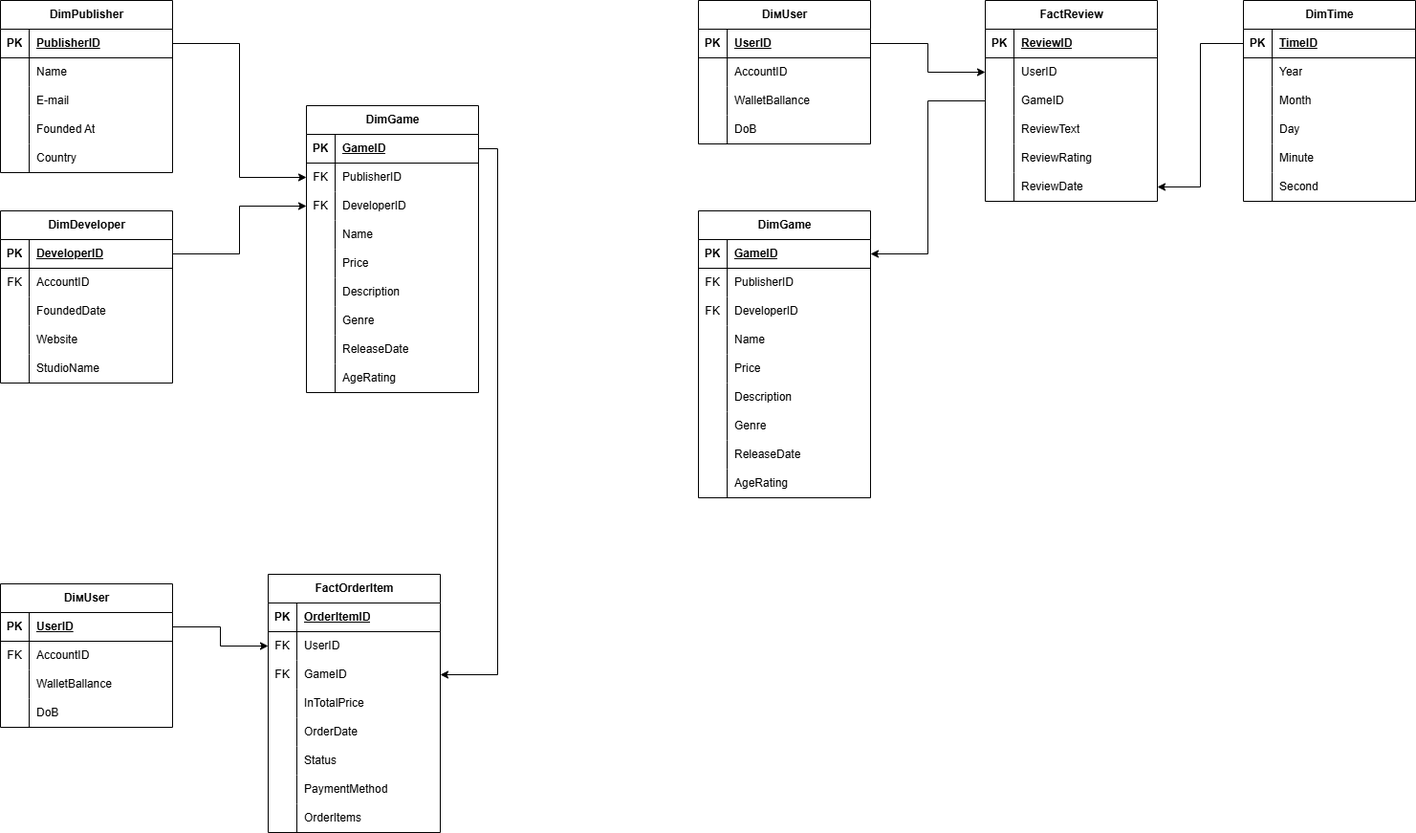
This is course-work/Implementations/DW.drawio.png from software-modeling-and-analysis-se-pt/software-modeling-and-analysis-se-pt, a draw.io export, as it was before one commit. Source tidied: cells renumbered, new cells last; positions are measured from the earlier drawing's top-left corner, leaving out a move shared by most shapes.
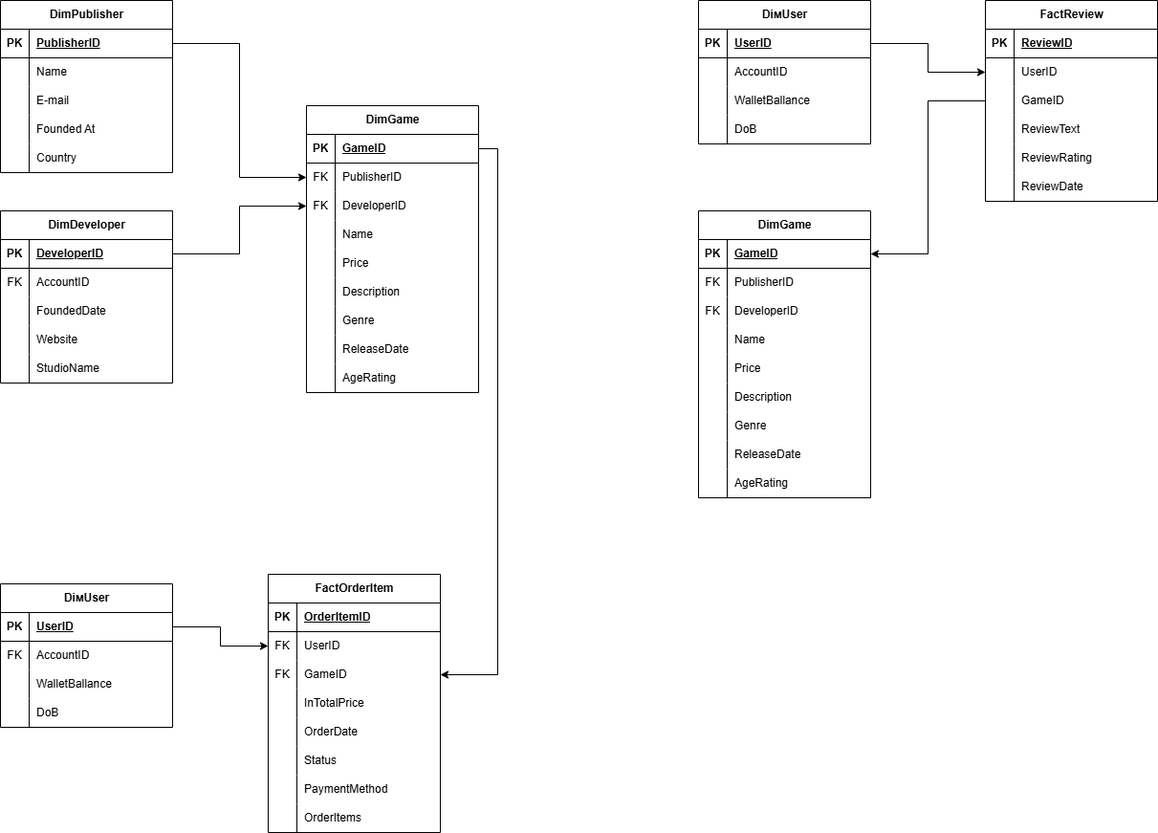
After the change.

Diff of the diagram source:
```diff
@@ -494,65 +494,5 @@
     <mxCell id="165" style="edgeStyle=orthogonalEdgeStyle;rounded=0;jettySize=auto;html=1;exitX=0;exitY=0.5;exitDx=0;exitDy=0;entryX=1;entryY=0.5;entryDx=0;entryDy=0;" parent="1" edge="1" source="124" target="138">
       <mxGeometry relative="1" as="geometry" />
     </mxCell>
-    <mxCell id="166" value="DimTime" style="shape=table;startSize=30;rowLines=0;fontStyle=1;align=center;html=1;" parent="1" vertex="1">
-      <mxGeometry x="1300" width="180" height="210" as="geometry" />
-    </mxCell>
-    <mxCell id="167" style="shape=tableRow;horizontal=0;startSize=0;swimlaneHead=0;swimlaneBody=0;fillColor=none;points=[[0,0.5],[1,0.5]];portConstraint=eastwest;top=0;left=0;right=0;bottom=1;" parent="166" vertex="1">
-      <mxGeometry y="30" width="180" height="30" as="geometry" />
-    </mxCell>
-    <mxCell id="168" value="PK" style="shape=partialRectangle;fillColor=none;top=0;left=0;bottom=0;right=0;fontStyle=1;overflow=hidden;whiteSpace=wrap;html=1;" parent="167" vertex="1">
-      <mxGeometry width="30" height="30" as="geometry" />
-    </mxCell>
-    <mxCell id="169" value="TimeID" style="shape=partialRectangle;fillColor=none;top=0;left=0;bottom=0;right=0;align=left;spacingLeft=6;fontStyle=5;overflow=hidden;whiteSpace=wrap;html=1;" parent="167" vertex="1">
-      <mxGeometry x="30" width="150" height="30" as="geometry" />
-    </mxCell>
-    <mxCell id="170" style="shape=tableRow;horizontal=0;startSize=0;swimlaneHead=0;swimlaneBody=0;fillColor=none;top=0;left=0;right=0;bottom=0;" parent="166" vertex="1">
-      <mxGeometry y="60" width="180" height="30" as="geometry" />
-    </mxCell>
-    <mxCell id="171" style="shape=partialRectangle;fillColor=none;top=0;left=0;bottom=0;right=0;overflow=hidden;whiteSpace=wrap;html=1;" parent="170" vertex="1">
-      <mxGeometry width="30" height="30" as="geometry" />
-    </mxCell>
-    <mxCell id="172" value="Year" style="shape=partialRectangle;fillColor=none;top=0;left=0;bottom=0;right=0;align=left;spacingLeft=6;overflow=hidden;whiteSpace=wrap;html=1;" parent="170" vertex="1">
-      <mxGeometry x="30" width="150" height="30" as="geometry" />
-    </mxCell>
-    <mxCell id="173" style="shape=tableRow;horizontal=0;startSize=0;swimlaneHead=0;swimlaneBody=0;fillColor=none;top=0;left=0;right=0;bottom=0;" parent="166" vertex="1">
-      <mxGeometry y="90" width="180" height="30" as="geometry" />
-    </mxCell>
-    <mxCell id="174" style="shape=partialRectangle;fillColor=none;top=0;left=0;bottom=0;right=0;overflow=hidden;whiteSpace=wrap;html=1;" parent="173" vertex="1">
-      <mxGeometry width="30" height="30" as="geometry" />
-    </mxCell>
-    <mxCell id="175" value="Month" style="shape=partialRectangle;fillColor=none;top=0;left=0;bottom=0;right=0;align=left;spacingLeft=6;overflow=hidden;whiteSpace=wrap;html=1;" parent="173" vertex="1">
-      <mxGeometry x="30" width="150" height="30" as="geometry" />
-    </mxCell>
-    <mxCell id="176" style="shape=tableRow;horizontal=0;startSize=0;swimlaneHead=0;swimlaneBody=0;fillColor=none;top=0;left=0;right=0;bottom=0;" parent="166" vertex="1">
-      <mxGeometry y="120" width="180" height="30" as="geometry" />
-    </mxCell>
-    <mxCell id="177" style="shape=partialRectangle;fillColor=none;top=0;left=0;bottom=0;right=0;overflow=hidden;whiteSpace=wrap;html=1;" parent="176" vertex="1">
-      <mxGeometry width="30" height="30" as="geometry" />
-    </mxCell>
-    <mxCell id="178" value="Day" style="shape=partialRectangle;fillColor=none;top=0;left=0;bottom=0;right=0;align=left;spacingLeft=6;overflow=hidden;whiteSpace=wrap;html=1;" parent="176" vertex="1">
-      <mxGeometry x="30" width="150" height="30" as="geometry" />
-    </mxCell>
-    <mxCell id="179" style="shape=tableRow;horizontal=0;startSize=0;swimlaneHead=0;swimlaneBody=0;fillColor=none;top=0;left=0;right=0;bottom=0;" parent="166" vertex="1">
-      <mxGeometry y="150" width="180" height="30" as="geometry" />
-    </mxCell>
-    <mxCell id="180" style="shape=partialRectangle;fillColor=none;top=0;left=0;bottom=0;right=0;overflow=hidden;whiteSpace=wrap;html=1;" parent="179" vertex="1">
-      <mxGeometry width="30" height="30" as="geometry" />
-    </mxCell>
-    <mxCell id="181" value="Minute" style="shape=partialRectangle;fillColor=none;top=0;left=0;bottom=0;right=0;align=left;spacingLeft=6;overflow=hidden;whiteSpace=wrap;html=1;" parent="179" vertex="1">
-      <mxGeometry x="30" width="150" height="30" as="geometry" />
-    </mxCell>
-    <mxCell id="182" style="shape=tableRow;horizontal=0;startSize=0;swimlaneHead=0;swimlaneBody=0;fillColor=none;top=0;left=0;right=0;bottom=0;" parent="166" vertex="1">
-      <mxGeometry y="180" width="180" height="30" as="geometry" />
-    </mxCell>
-    <mxCell id="183" style="shape=partialRectangle;fillColor=none;top=0;left=0;bottom=0;right=0;overflow=hidden;whiteSpace=wrap;html=1;" parent="182" vertex="1">
-      <mxGeometry width="30" height="30" as="geometry" />
-    </mxCell>
-    <mxCell id="184" value="Second" style="shape=partialRectangle;fillColor=none;top=0;left=0;bottom=0;right=0;align=left;spacingLeft=6;overflow=hidden;whiteSpace=wrap;html=1;" parent="182" vertex="1">
-      <mxGeometry x="30" width="150" height="30" as="geometry" />
-    </mxCell>
-    <mxCell id="185" style="edgeStyle=orthogonalEdgeStyle;rounded=0;jettySize=auto;html=1;exitX=0;exitY=0.5;exitDx=0;exitDy=0;entryX=1;entryY=0.5;entryDx=0;entryDy=0;" parent="1" edge="1" source="167" target="133">
-      <mxGeometry relative="1" as="geometry" />
-    </mxCell>
   </root>
 </mxGraphModel>
```
